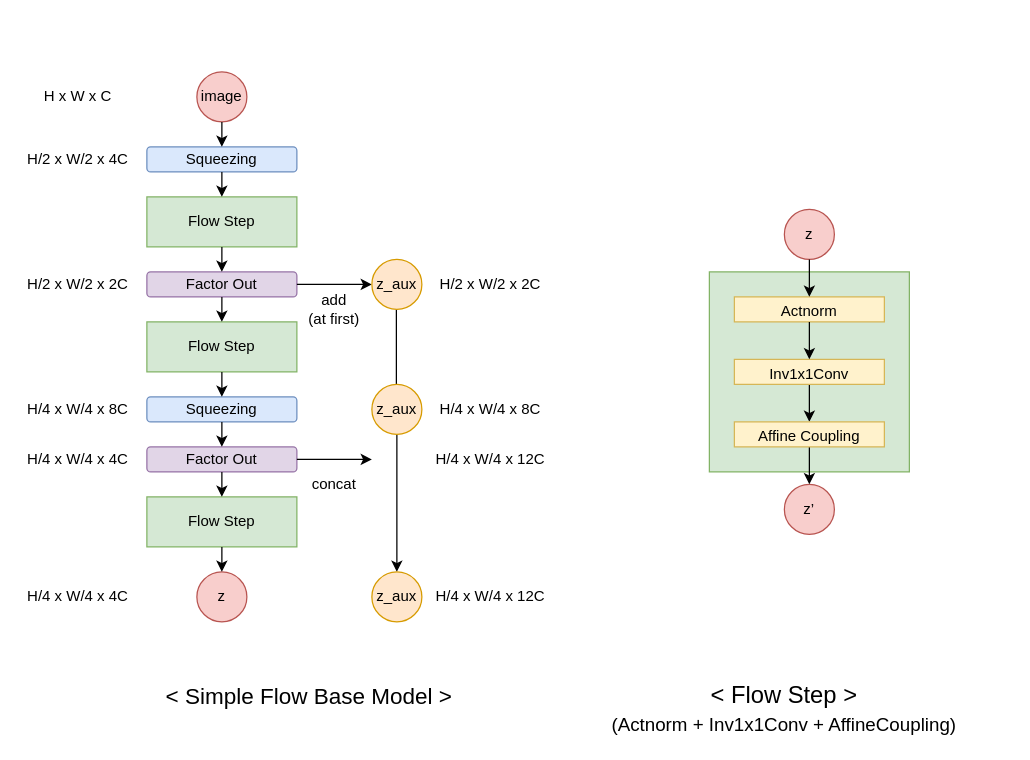
The draw.io diagram docs/simple_flow_image.drawio in MokkeMeguru/TFGENZOO, before the edit. Source tidied: cells renumbered, new cells numbered last; positions are measured from the earlier drawing's top-left corner, leaving out a move shared by most shapes. Both pictures are drawn from the tidied source at 125%, with x=0, y=0 at pixel (21, 71).
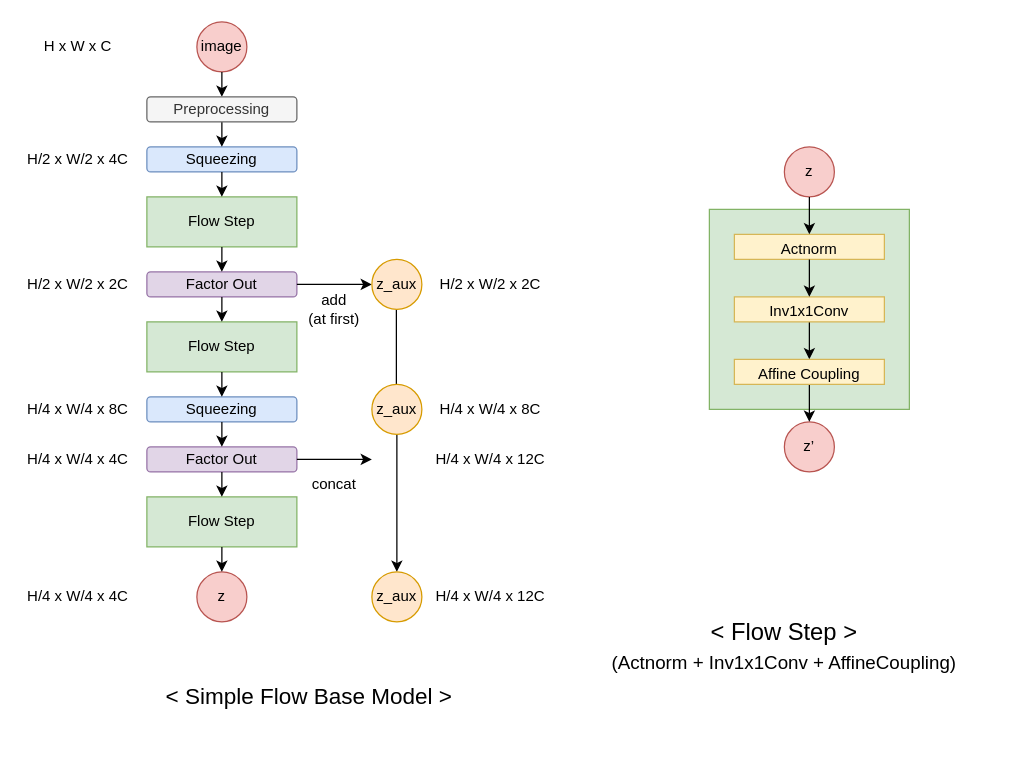
The same diagram, later.

The change refers to these unchanged cells:
```xml
<mxCell id="5" value="Squeezing" style="rounded=1;whiteSpace=wrap;html=1;fillColor=#dae8fc;strokeColor=#6c8ebf;" parent="1" vertex="1">
  <mxGeometry x="100" y="60" width="120" height="20" as="geometry" />
</mxCell>
```

The edit, as a diff of the source:
```diff
@@
     <mxCell id="2" style="rounded=0;whiteSpace=wrap;html=1;fontSize=19;fillColor=#d5e8d4;strokeColor=#82b366;" parent="1" vertex="1">
-      <mxGeometry x="550" y="160" width="160" height="160" as="geometry" />
+      <mxGeometry x="550" y="110" width="160" height="160" as="geometry" />
     </mxCell>
@@
     <mxCell id="18" value="H x W x C" style="text;html=1;strokeColor=none;fillColor=none;align=center;verticalAlign=middle;whiteSpace=wrap;rounded=0;" parent="1" vertex="1">
-      <mxGeometry x="15" y="10" width="60" height="20" as="geometry" />
+      <mxGeometry x="15" y="-30" width="60" height="20" as="geometry" />
     </mxCell>
@@
     <mxCell id="29" value="image" style="ellipse;whiteSpace=wrap;html=1;fillColor=#f8cecc;strokeColor=#b85450;" parent="1" vertex="1">
-      <mxGeometry x="140" width="40" height="40" as="geometry" />
+      <mxGeometry x="140" y="-40" width="40" height="40" as="geometry" />
     </mxCell>
@@
-    <mxCell id="31" style="endArrow=classic;html=1;exitX=0.5;exitY=1;exitDx=0;exitDy=0;entryX=0.5;entryY=0;entryDx=0;entryDy=0;" parent="1" edge="1" source="29" target="5">
+    <mxCell id="31" style="endArrow=classic;html=1;exitX=0.5;exitY=1;exitDx=0;exitDy=0;entryX=0.5;entryY=0;entryDx=0;entryDy=0;" parent="1" edge="1" source="29" target="51">
       <mxGeometry relative="1" as="geometry" />
     </mxCell>
@@
     <mxCell id="40" value="&lt;span style=&quot;font-size: 19px&quot;&gt;&amp;lt; Flow Step &amp;gt;&lt;/span&gt;&lt;br style=&quot;font-size: 19px&quot;&gt;&lt;font style=&quot;font-size: 15px&quot;&gt;(Actnorm + Inv1x1Conv + AffineCoupling)&lt;/font&gt;" style="text;html=1;strokeColor=none;fillColor=none;align=center;verticalAlign=middle;whiteSpace=wrap;rounded=0;fontSize=19;" parent="1" vertex="1">
-      <mxGeometry x="430" y="500" width="360" height="20" as="geometry" />
+      <mxGeometry x="430" y="450" width="360" height="20" as="geometry" />
     </mxCell>
     <mxCell id="41" value="z" style="ellipse;whiteSpace=wrap;html=1;fillColor=#f8cecc;strokeColor=#b85450;" parent="1" vertex="1">
-      <mxGeometry x="610" y="110" width="40" height="40" as="geometry" />
+      <mxGeometry x="610" y="60" width="40" height="40" as="geometry" />
     </mxCell>
     <mxCell id="42" value="z’" style="ellipse;whiteSpace=wrap;html=1;fillColor=#f8cecc;strokeColor=#b85450;" parent="1" vertex="1">
-      <mxGeometry x="610" y="330" width="40" height="40" as="geometry" />
+      <mxGeometry x="610" y="280" width="40" height="40" as="geometry" />
     </mxCell>
     <mxCell id="43" value="&lt;font style=&quot;font-size: 12px&quot;&gt;Actnorm&lt;/font&gt;" style="rounded=0;whiteSpace=wrap;html=1;fontSize=19;fillColor=#fff2cc;strokeColor=#d6b656;" parent="1" vertex="1">
-      <mxGeometry x="570" y="180" width="120" height="20" as="geometry" />
+      <mxGeometry x="570" y="130" width="120" height="20" as="geometry" />
     </mxCell>
@@
     <mxCell id="45" value="&lt;font style=&quot;font-size: 12px&quot;&gt;Inv1x1Conv&lt;/font&gt;" style="rounded=0;whiteSpace=wrap;html=1;fontSize=19;fillColor=#fff2cc;strokeColor=#d6b656;" parent="1" vertex="1">
-      <mxGeometry x="570" y="230" width="120" height="20" as="geometry" />
+      <mxGeometry x="570" y="180" width="120" height="20" as="geometry" />
     </mxCell>
@@
     <mxCell id="47" value="&lt;font style=&quot;font-size: 12px&quot;&gt;Affine Coupling&lt;/font&gt;" style="rounded=0;whiteSpace=wrap;html=1;fontSize=19;fillColor=#fff2cc;strokeColor=#d6b656;" parent="1" vertex="1">
-      <mxGeometry x="570" y="280" width="120" height="20" as="geometry" />
+      <mxGeometry x="570" y="230" width="120" height="20" as="geometry" />
     </mxCell>
@@
+    <mxCell id="50" style="edgeStyle=orthogonalEdgeStyle;rounded=0;jettySize=auto;html=1;exitX=0.5;exitY=1;exitDx=0;exitDy=0;entryX=0.5;entryY=0;entryDx=0;entryDy=0;" parent="1" edge="1" source="51" target="5">
+      <mxGeometry relative="1" as="geometry" />
+    </mxCell>
+    <mxCell id="51" value="Preprocessing" style="rounded=1;whiteSpace=wrap;html=1;fillColor=#f5f5f5;strokeColor=#666666;fontColor=#333333;" parent="1" vertex="1">
+      <mxGeometry x="100" y="20" width="120" height="20" as="geometry" />
+    </mxCell>
```
